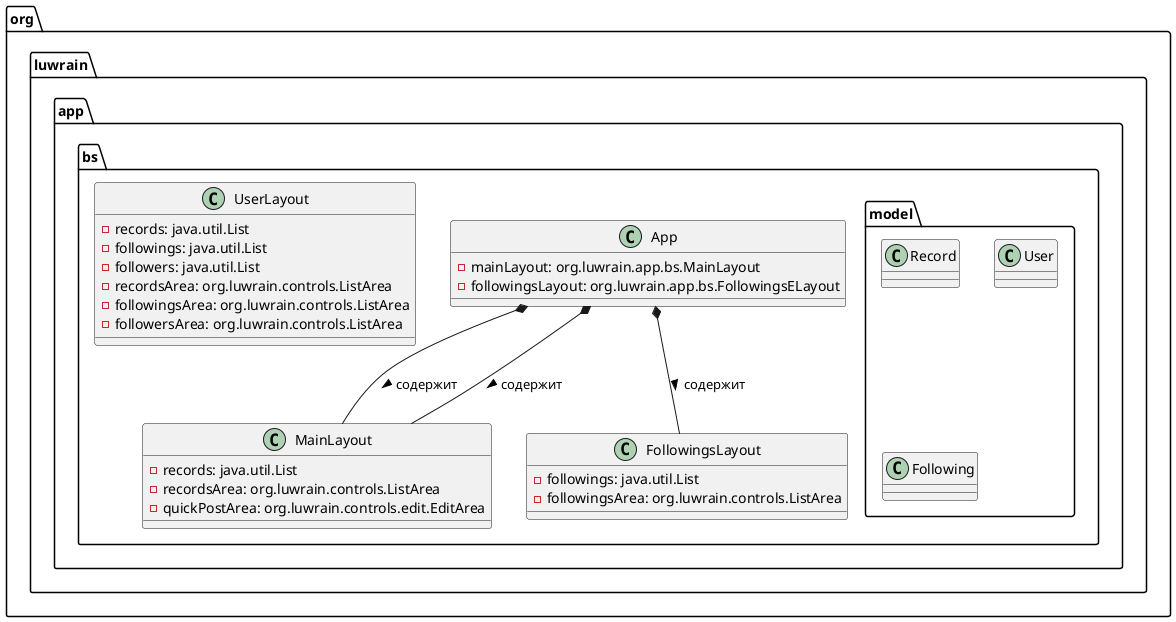
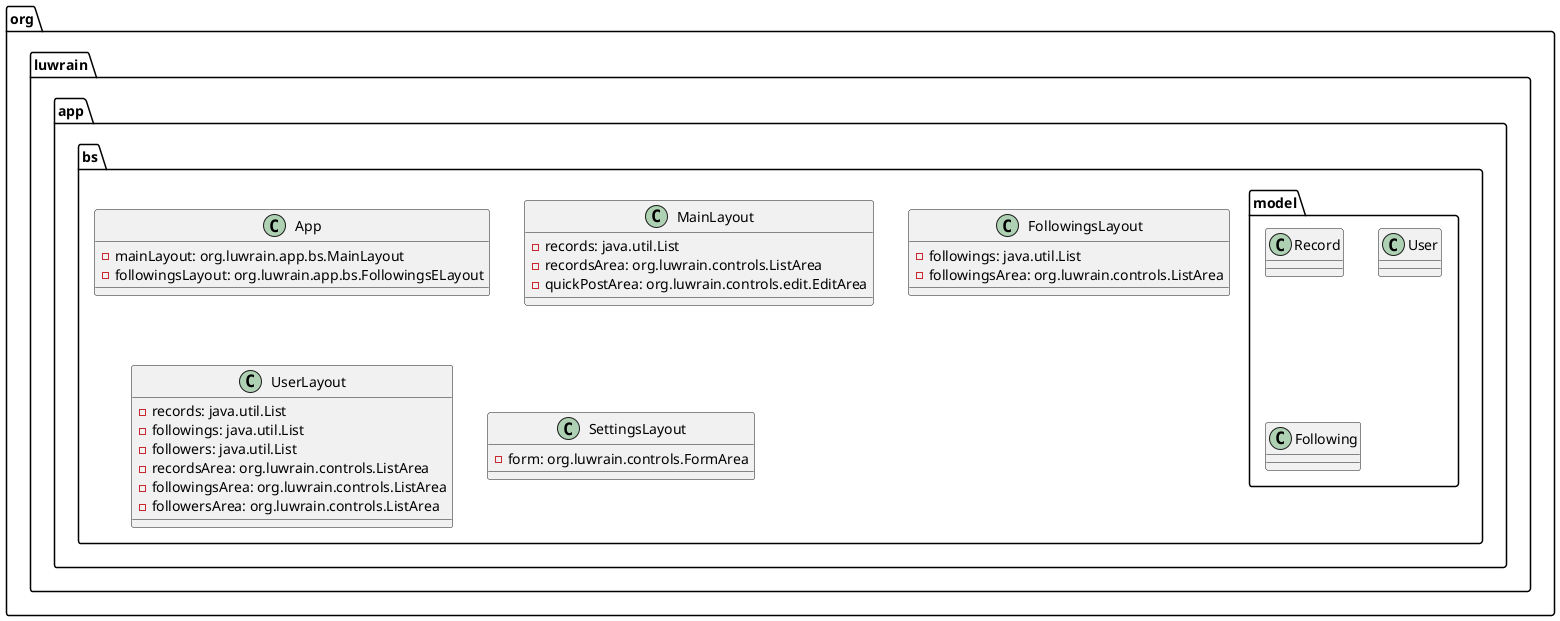
@startuml
class org.luwrain.app.bs.App {
  - mainLayout: org.luwrain.app.bs.MainLayout
  - followingsLayout: org.luwrain.app.bs.FollowingsELayout
}

class org.luwrain.app.bs.MainLayout {
  - records: java.util.List
  - recordsArea: org.luwrain.controls.ListArea
  - quickPostArea: org.luwrain.controls.edit.EditArea
}

class org.luwrain.app.bs.FollowingsLayout {
  - followings: java.util.List
  - followingsArea: org.luwrain.controls.ListArea
}

class org.luwrain.app.bs.UserLayout {
  - records: java.util.List
  - followings: java.util.List
  - followers: java.util.List
  - recordsArea: org.luwrain.controls.ListArea
  - followingsArea: org.luwrain.controls.ListArea
  - followersArea: org.luwrain.controls.ListArea
}

+ class org.luwrain.app.bs.SettingsLayout {
+ - form: org.luwrain.controls.FormArea
+ }
+ 
class org.luwrain.app.bs.model.Record {
}

class org.luwrain.app.bs.model.User {
}

class org.luwrain.app.bs.model.Following {
}
- 
- 
- 
- 
- 
- 
- 
- org.luwrain.app.bs.App *-- org.luwrain.app.bs.MainLayout : содержит >
- org.luwrain.app.bs.App *-- org.luwrain.app.bs.FollowingsLayout : содержит >
- App *-- MainLayout : содержит >
@enduml
